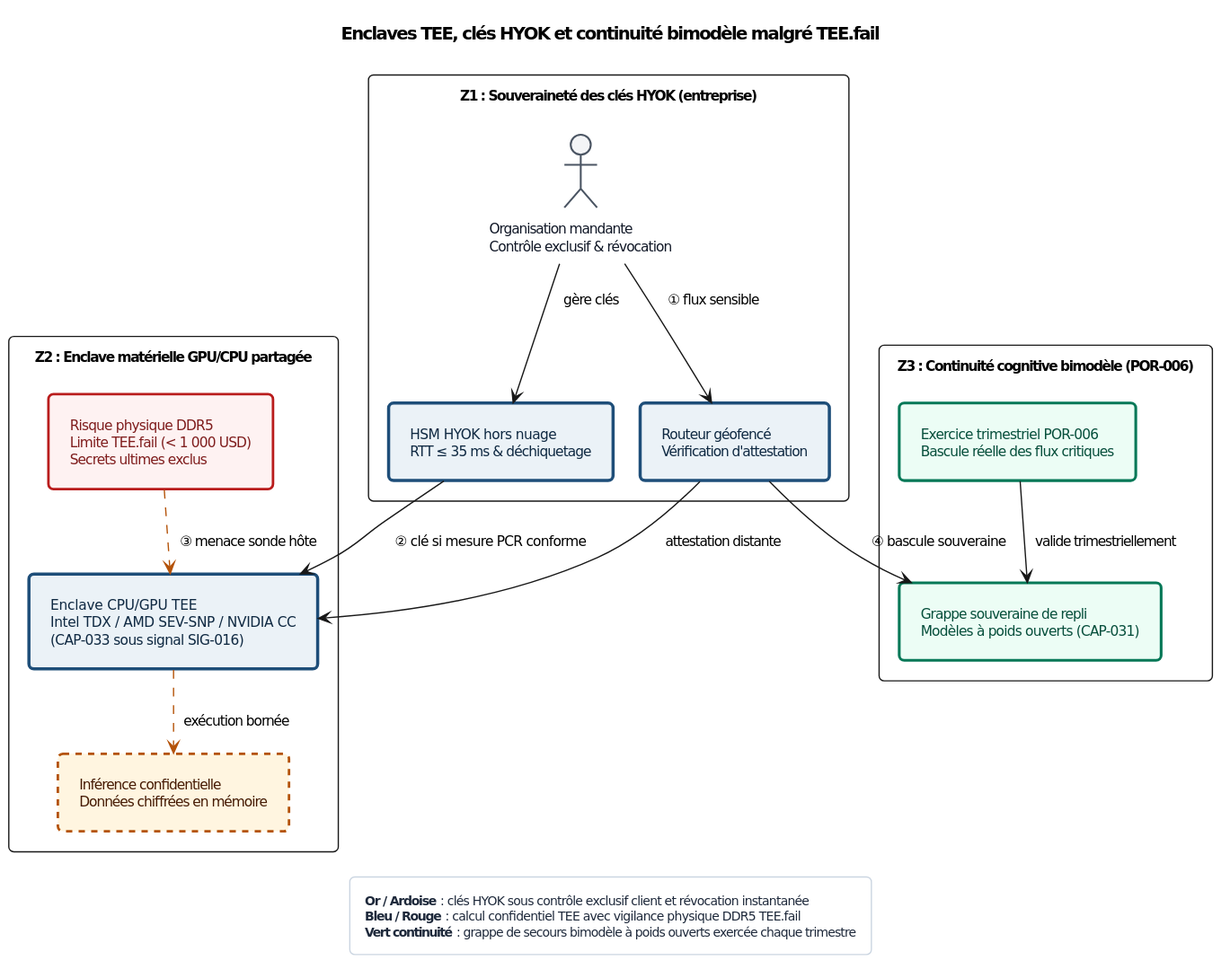
This is Compendium/ouvrage/schemas/rendus/SCH-21-02.svg from agbruneau/Agentique, a PlantUML export, as it was before one commit. The source it was exported from:
```plantuml
@startuml
<style>
document {
  BackgroundColor #FFFFFF
}
.det {
  BackgroundColor #EBF2F7
  LineColor #1E4E79
  LineThickness 2.5
  FontColor #0F2942
}
.prob {
  BackgroundColor #FFF5E0
  LineColor #B45309
  LineThickness 2.0
  LineStyle 5
  FontColor #451A03
}
.danger {
  BackgroundColor #FEF2F2
  LineColor #B91C1C
  LineThickness 2.0
  FontColor #7F1D1D
}
.ok {
  BackgroundColor #ECFDF5
  LineColor #047857
  LineThickness 2.2
  FontColor #064E3B
}
.ext {
  BackgroundColor #F3F4F6
  LineColor #4B5563
  LineThickness 1.5
  FontColor #111827
}
package {
  BackgroundColor #F8FAFC
  LineColor #64748B
  LineThickness 1.2
  FontColor #334155
}
legend {
  BackgroundColor #FFFFFF
  LineColor #CBD5E1
  FontColor #1E293B
  FontSize 10
}
</style>
hide stereotype
top to bottom direction
skinparam defaultFontName "DejaVu Sans"
skinparam defaultFontSize 11
skinparam shadowing false
skinparam roundcorner 8
skinparam packageStyle rectangle
skinparam nodesep 22
skinparam ranksep 26
skinparam padding 7

title Enclaves TEE, clés HYOK et continuité bimodèle malgré TEE.fail
package "Z1 : Souveraineté des clés HYOK (entreprise)" {
  actor "Organisation mandante\nContrôle exclusif & révocation" as ORG <<ext>>
  rectangle "HSM HYOK hors nuage\nRTT ≤ 35 ms & déchiquetage" as HYOK <<det>>
  rectangle "Routeur géofencé\nVérification d'attestation" as GEO <<det>>
}
package "Z2 : Enclave matérielle GPU/CPU partagée" {
  rectangle "Enclave CPU/GPU TEE\nIntel TDX / AMD SEV-SNP / NVIDIA CC\n(CAP-033 sous signal SIG-016)" as TEE <<det>>
  rectangle "Inférence confidentielle\nDonnées chiffrées en mémoire" as INF <<prob>>
  rectangle "Risque physique DDR5\nLimite TEE.fail (< 1 000 USD)\nSecrets ultimes exclus" as FAIL <<danger>>
}
package "Z3 : Continuité cognitive bimodèle (POR-006)" {
  rectangle "Grappe souveraine de repli\nModèles à poids ouverts (CAP-031)" as DR <<ok>>
  rectangle "Exercice trimestriel POR-006\nBascule réelle des flux critiques" as TEST <<ok>>
}
ORG --> HYOK : gère clés
ORG --> GEO : ① flux sensible
GEO --> TEE : attestation distante
HYOK --> TEE : ② clé si mesure PCR conforme
TEE .[#B45309].> INF : exécution bornée
FAIL .[#B45309].> TEE : ③ menace sonde hôte
GEO --> DR : ④ bascule souveraine
TEST --> DR : valide trimestriellement
legend bottom
  **Or / Ardoise** : clés HYOK sous contrôle exclusif client et révocation instantanée
  **Bleu / Rouge** : calcul confidentiel TEE avec vigilance physique DDR5 TEE.fail
  **Vert continuité** : grappe de secours bimodèle à poids ouverts exercée chaque trimestre
end legend
@enduml
```
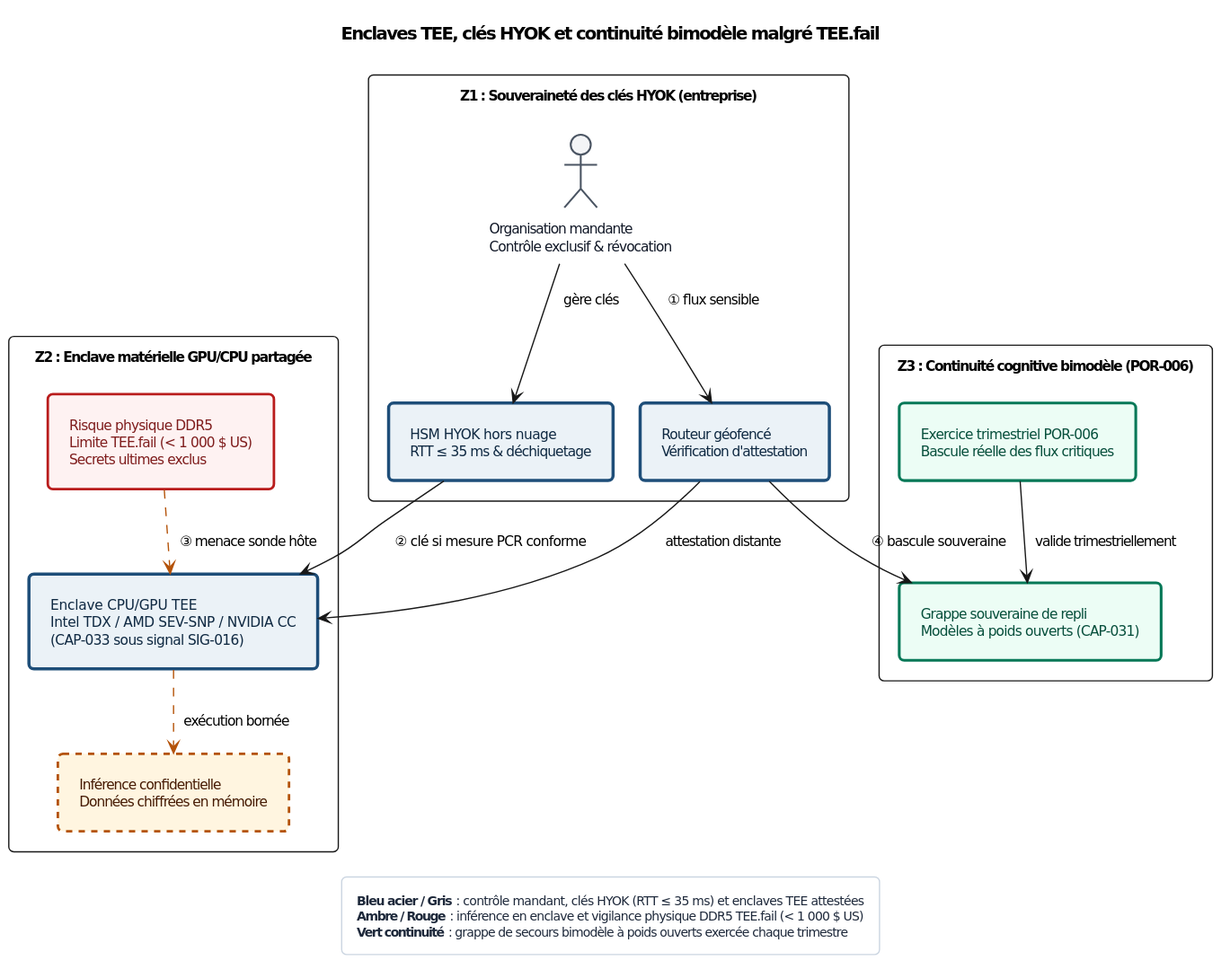
After the change.

Change to the diagram source:
```diff
@@ -67,7 +67,7 @@
 package "Z2 : Enclave matérielle GPU/CPU partagée" {
   rectangle "Enclave CPU/GPU TEE\nIntel TDX / AMD SEV-SNP / NVIDIA CC\n(CAP-033 sous signal SIG-016)" as TEE <<det>>
   rectangle "Inférence confidentielle\nDonnées chiffrées en mémoire" as INF <<prob>>
-  rectangle "Risque physique DDR5\nLimite TEE.fail (< 1 000 USD)\nSecrets ultimes exclus" as FAIL <<danger>>
+  rectangle "Risque physique DDR5\nLimite TEE.fail (< 1 000 $ US)\nSecrets ultimes exclus" as FAIL <<danger>>
 }
 package "Z3 : Continuité cognitive bimodèle (POR-006)" {
   rectangle "Grappe souveraine de repli\nModèles à poids ouverts (CAP-031)" as DR <<ok>>
@@ -82,8 +82,8 @@
 GEO --> DR : ④ bascule souveraine
 TEST --> DR : valide trimestriellement
 legend bottom
-  **Or / Ardoise** : clés HYOK sous contrôle exclusif client et révocation instantanée
-  **Bleu / Rouge** : calcul confidentiel TEE avec vigilance physique DDR5 TEE.fail
+  **Bleu acier / Gris** : contrôle mandant, clés HYOK (RTT ≤ 35 ms) et enclaves TEE attestées
+  **Ambre / Rouge** : inférence en enclave et vigilance physique DDR5 TEE.fail (< 1 000 $ US)
   **Vert continuité** : grappe de secours bimodèle à poids ouverts exercée chaque trimestre
 end legend
 @enduml
```
